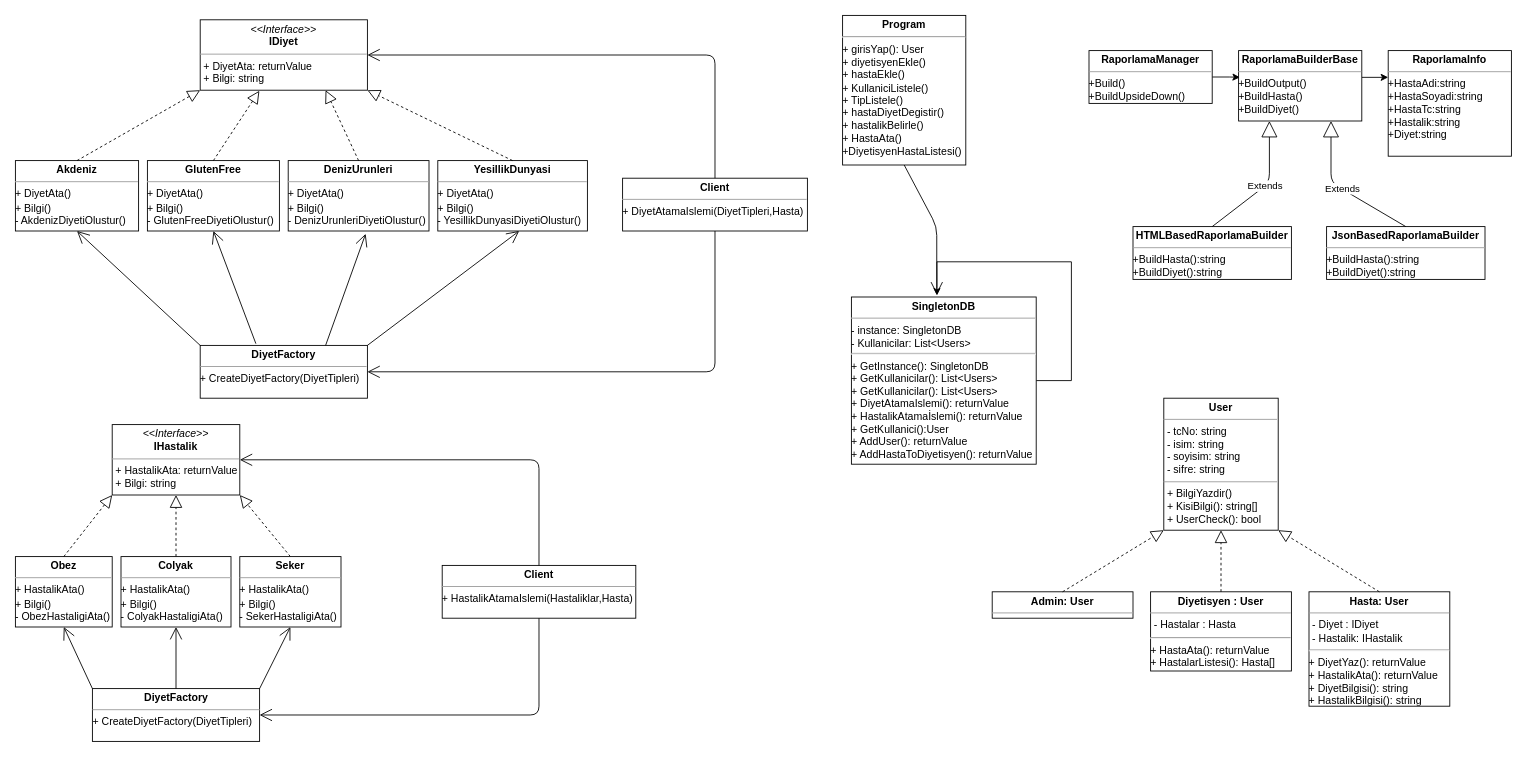
The draw.io diagram buildli.drawio in YZMDiyetisyen/UML, before the edit. Source tidied: cells renumbered, new cells numbered last; positions are measured from the earlier drawing's top-left corner, leaving out a move shared by most shapes. Both pictures are drawn from the tidied source at 88%, with x=0, y=0 at pixel (15, 15).
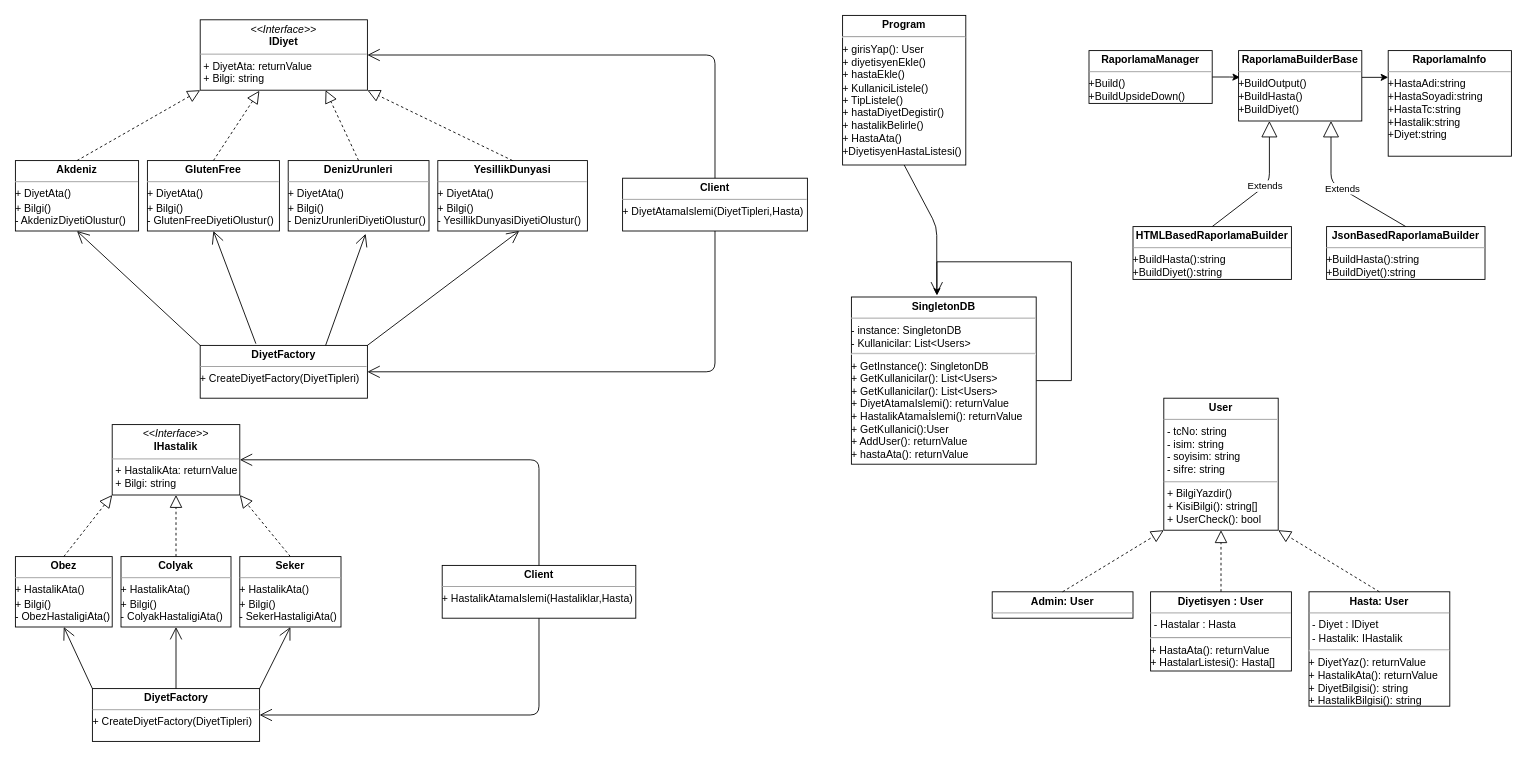
Above is the later version.

Diff of the diagram source:
```diff
@@
-    <mxCell id="41" value="&lt;p style=&quot;margin: 0px ; margin-top: 4px ; text-align: center&quot;&gt;&lt;b&gt;SingletonDB&lt;/b&gt;&lt;/p&gt;&lt;hr size=&quot;1&quot;&gt;&lt;div style=&quot;height: 2px&quot;&gt;- instance: SingletonDB&lt;br&gt;- Kullanicilar: List&amp;lt;Users&amp;gt;&lt;/div&gt;&lt;div style=&quot;height: 2px&quot;&gt;&lt;br&gt;&lt;/div&gt;&lt;div style=&quot;height: 2px&quot;&gt;&lt;br&gt;&lt;/div&gt;&lt;div style=&quot;height: 2px&quot;&gt;&lt;br&gt;&lt;/div&gt;&lt;div style=&quot;height: 2px&quot;&gt;&lt;br&gt;&lt;/div&gt;&lt;div style=&quot;height: 2px&quot;&gt;&lt;br&gt;&lt;/div&gt;&lt;br&gt;&lt;hr&gt;+ GetInstance(): SingletonDB&lt;br&gt;+ GetKullanicilar(): List&amp;lt;Users&amp;gt;&lt;br&gt;+ GetKullanicilar(): List&amp;lt;Users&amp;gt;&lt;br&gt;+ DiyetAtamaIslemi(): returnValue&lt;br&gt;+ HastalikAtamaİslemi(): returnValue&lt;br&gt;+ GetKullanici():User&lt;br&gt;+ AddUser(): returnValue&lt;br&gt;+ AddHastaToDiyetisyen(): returnValue" style="verticalAlign=top;align=left;overflow=fill;fontSize=12;fontFamily=Helvetica;html=1;" parent="1" vertex="1">
+    <mxCell id="41" value="&lt;p style=&quot;margin: 0px ; margin-top: 4px ; text-align: center&quot;&gt;&lt;b&gt;SingletonDB&lt;/b&gt;&lt;/p&gt;&lt;hr size=&quot;1&quot;&gt;&lt;div style=&quot;height: 2px&quot;&gt;- instance: SingletonDB&lt;br&gt;- Kullanicilar: List&amp;lt;Users&amp;gt;&lt;/div&gt;&lt;div style=&quot;height: 2px&quot;&gt;&lt;br&gt;&lt;/div&gt;&lt;div style=&quot;height: 2px&quot;&gt;&lt;br&gt;&lt;/div&gt;&lt;div style=&quot;height: 2px&quot;&gt;&lt;br&gt;&lt;/div&gt;&lt;div style=&quot;height: 2px&quot;&gt;&lt;br&gt;&lt;/div&gt;&lt;div style=&quot;height: 2px&quot;&gt;&lt;br&gt;&lt;/div&gt;&lt;br&gt;&lt;hr&gt;+ GetInstance(): SingletonDB&lt;br&gt;+ GetKullanicilar(): List&amp;lt;Users&amp;gt;&lt;br&gt;+ GetKullanicilar(): List&amp;lt;Users&amp;gt;&lt;br&gt;+ DiyetAtamaIslemi(): returnValue&lt;br&gt;+ HastalikAtamaİslemi(): returnValue&lt;br&gt;+ GetKullanici():User&lt;br&gt;+ AddUser(): returnValue&lt;br&gt;+ hastaAta(): returnValue" style="verticalAlign=top;align=left;overflow=fill;fontSize=12;fontFamily=Helvetica;html=1;" parent="1" vertex="1">
       <mxGeometry x="950" y="320" width="210" height="190" as="geometry" />
     </mxCell>
```
